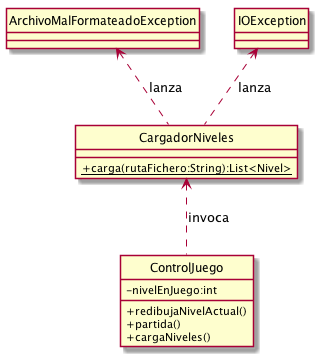
This is doc/uml_disco.png from mariomac/limerick, a PlantUML export, as it was before one commit.
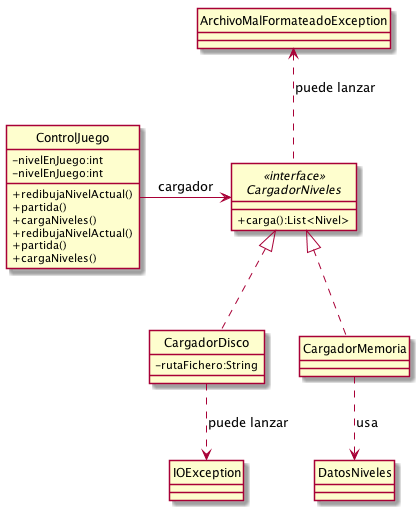
Above is the later version.

Commit message:
Documentado cambio E/S disco

The edit, as a diff of the source:
```diff
@@ -10,12 +10,31 @@
     +cargaNiveles()
 }
 
-class CargadorNiveles {
-    +{static} carga(rutaFichero:String):List<Nivel>
+interface CargadorNiveles <<interface>> {
+    +carga():List<Nivel>
 }
 
-ArchivoMalFormateadoException <.. CargadorNiveles: lanza
-IOException <.. CargadorNiveles: lanza
+ArchivoMalFormateadoException <.. CargadorNiveles: puede lanzar
+ControlJuego -right-> CargadorNiveles: cargador
 
-ControlJuego .up.> CargadorNiveles: invoca
+CargadorNiveles <|.. CargadorMemoria
+
+CargadorMemoria ..> DatosNiveles: usa
+
+CargadorNiveles <|.. CargadorDisco
+
+class CargadorDisco {
+    -rutaFichero:String
+}
+
+class ControlJuego {
+    -nivelEnJuego:int
+    +redibujaNivelActual()
+    +partida()
+    +cargaNiveles()
+}
+
+
+IOException <.down. CargadorDisco: puede lanzar
+
 @enduml
```
